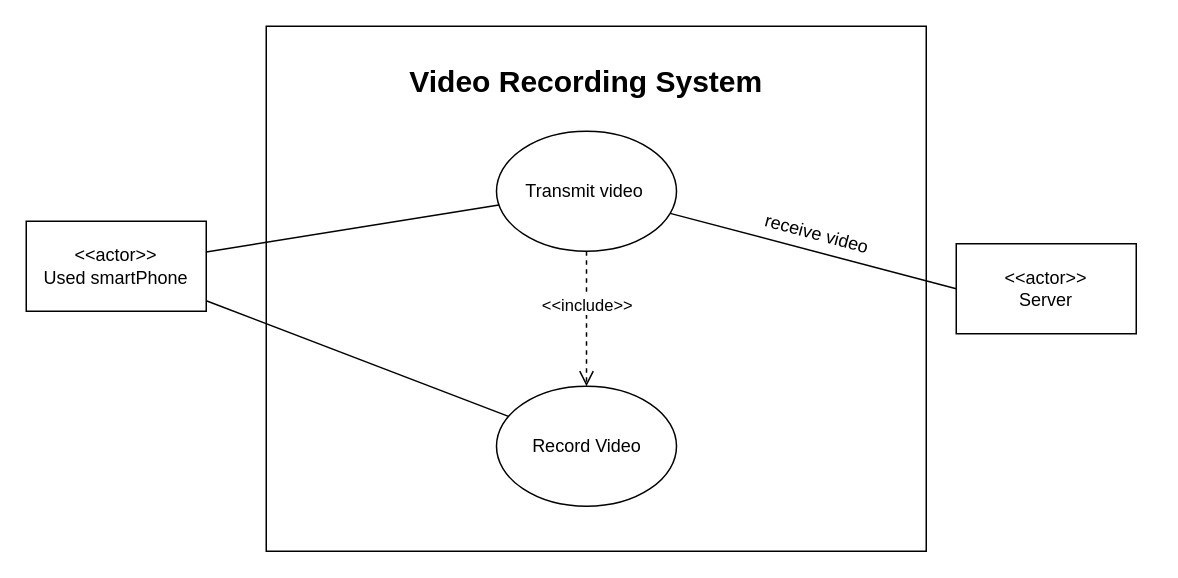
Above: UseCase2.drawio in sogongteam14/doc (draw.io), before the change. Source tidied: cells renumbered, new cells numbered last; positions are measured from the earlier drawing's top-left corner, leaving out a move shared by most shapes. Both pictures are drawn from the tidied source at 150%, with x=0, y=0 at pixel (26, 26).
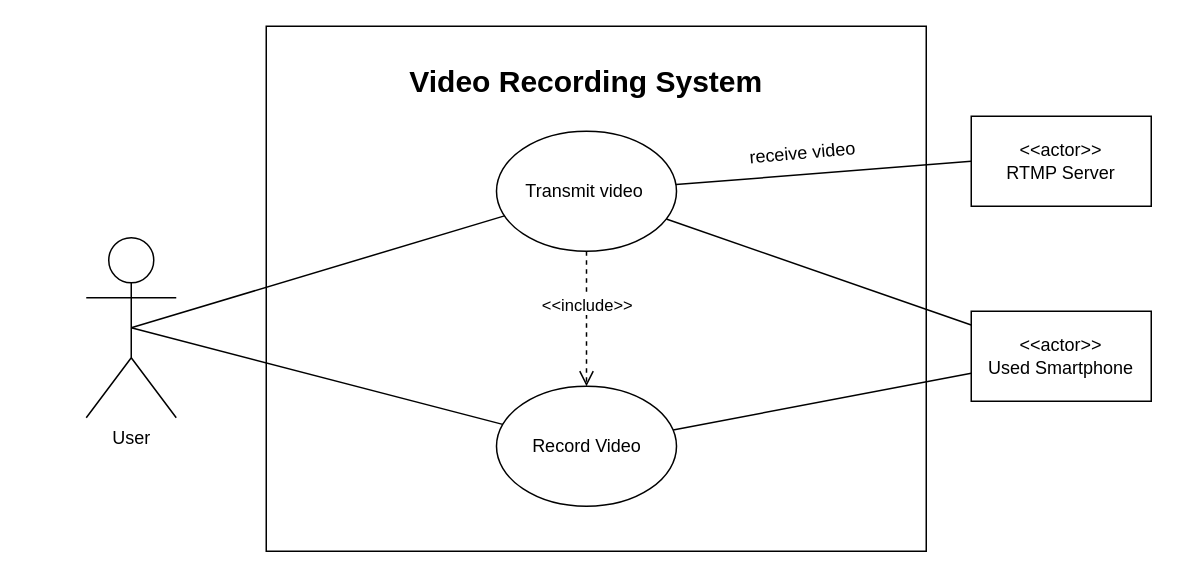
After the change.

What changed in the source:
```diff
@@
 <mxGraphModel>
   <root>
     <mxCell id="0" />
     <mxCell id="1" parent="0" />
     <mxCell id="2" style="rounded=0;whiteSpace=wrap;html=1;" parent="1" vertex="1">
       <mxGeometry x="160" width="440" height="350" as="geometry" />
     </mxCell>
     <mxCell id="3" value="&lt;b&gt;&lt;font style=&quot;font-size: 20px&quot;&gt;Video Recording System&lt;/font&gt;&lt;/b&gt;" style="text;html=1;strokeColor=none;fillColor=none;align=center;verticalAlign=middle;whiteSpace=wrap;rounded=0;" parent="1" vertex="1">
       <mxGeometry x="167" y="1" width="413" height="70" as="geometry" />
     </mxCell>
-    <mxCell id="4" value="&lt;div&gt;&amp;lt;&amp;lt;actor&amp;gt;&amp;gt;&lt;/div&gt;&lt;div&gt;Server&lt;br&gt;&lt;/div&gt;" style="rounded=0;whiteSpace=wrap;html=1;" parent="1" vertex="1">
-      <mxGeometry x="620" y="145" width="120" height="60" as="geometry" />
+    <mxCell id="4" value="&lt;div&gt;&amp;lt;&amp;lt;actor&amp;gt;&amp;gt;&lt;/div&gt;&lt;div&gt;RTMP Server&lt;br&gt;&lt;/div&gt;" style="rounded=0;whiteSpace=wrap;html=1;" parent="1" vertex="1">
+      <mxGeometry x="630" y="60" width="120" height="60" as="geometry" />
     </mxCell>
     <mxCell id="5" value="Transmit video&amp;nbsp;" style="ellipse;whiteSpace=wrap;html=1;" parent="1" vertex="1">
       <mxGeometry x="313.5" y="70" width="120" height="80" as="geometry" />
     </mxCell>
     <mxCell id="6" value="&amp;lt;&amp;lt;include&amp;gt;&amp;gt;" style="html=1;verticalAlign=bottom;endArrow=open;dashed=1;endSize=8;" parent="1" edge="1" source="5" target="10">
       <mxGeometry relative="1" as="geometry" />
     </mxCell>
     <mxCell id="7" style="endArrow=none;html=1;entryX=0;entryY=0.5;entryDx=0;entryDy=0;" parent="1" edge="1" source="5" target="4">
       <mxGeometry relative="1" as="geometry" />
     </mxCell>
-    <mxCell id="8" value="&lt;div&gt;&amp;lt;&amp;lt;actor&amp;gt;&amp;gt;&lt;/div&gt;&lt;div&gt;Used smartPhone&lt;/div&gt;" style="rounded=0;whiteSpace=wrap;html=1;" parent="1" vertex="1">
-      <mxGeometry y="130" width="120" height="60" as="geometry" />
+    <mxCell id="8" value="&lt;div&gt;&amp;lt;&amp;lt;actor&amp;gt;&amp;gt;&lt;/div&gt;&lt;div&gt;Used Smartphone&lt;/div&gt;" style="rounded=0;whiteSpace=wrap;html=1;" parent="1" vertex="1">
+      <mxGeometry x="630" y="190" width="120" height="60" as="geometry" />
     </mxCell>
-    <mxCell id="9" value="receive video" style="text;html=1;align=left;verticalAlign=top;spacingTop=-4;rotation=15;" parent="1" vertex="1">
-      <mxGeometry x="490" y="131" width="90" height="20" as="geometry" />
+    <mxCell id="9" value="receive video" style="text;html=1;align=left;verticalAlign=top;spacingTop=-4;rotation=355;" parent="1" vertex="1">
+      <mxGeometry x="480" y="74" width="90" height="20" as="geometry" />
     </mxCell>
     <mxCell id="10" value="Record Video" style="ellipse;whiteSpace=wrap;html=1;" parent="1" vertex="1">
       <mxGeometry x="313.5" y="240" width="120" height="80" as="geometry" />
     </mxCell>
     <mxCell id="11" style="endArrow=none;html=1;" parent="1" edge="1" source="5" target="8">
       <mxGeometry relative="1" as="geometry" />
     </mxCell>
     <mxCell id="12" style="endArrow=none;html=1;" parent="1" edge="1" source="10" target="8">
       <mxGeometry relative="1" as="geometry" />
     </mxCell>
+    <mxCell id="13" value="User" style="shape=umlActor;verticalLabelPosition=bottom;labelBackgroundColor=#ffffff;verticalAlign=top;html=1;outlineConnect=0;" parent="1" vertex="1">
+      <mxGeometry x="40" y="141" width="60" height="120" as="geometry" />
+    </mxCell>
+    <mxCell id="14" style="endArrow=none;html=1;exitX=0.5;exitY=0.5;exitDx=0;exitDy=0;exitPerimeter=0;" parent="1" edge="1" source="13" target="10">
+      <mxGeometry relative="1" as="geometry" />
+    </mxCell>
+    <mxCell id="15" style="endArrow=none;html=1;exitX=0.5;exitY=0.5;exitDx=0;exitDy=0;exitPerimeter=0;" parent="1" edge="1" source="13" target="5">
+      <mxGeometry relative="1" as="geometry" />
+    </mxCell>
   </root>
 </mxGraphModel>
```
